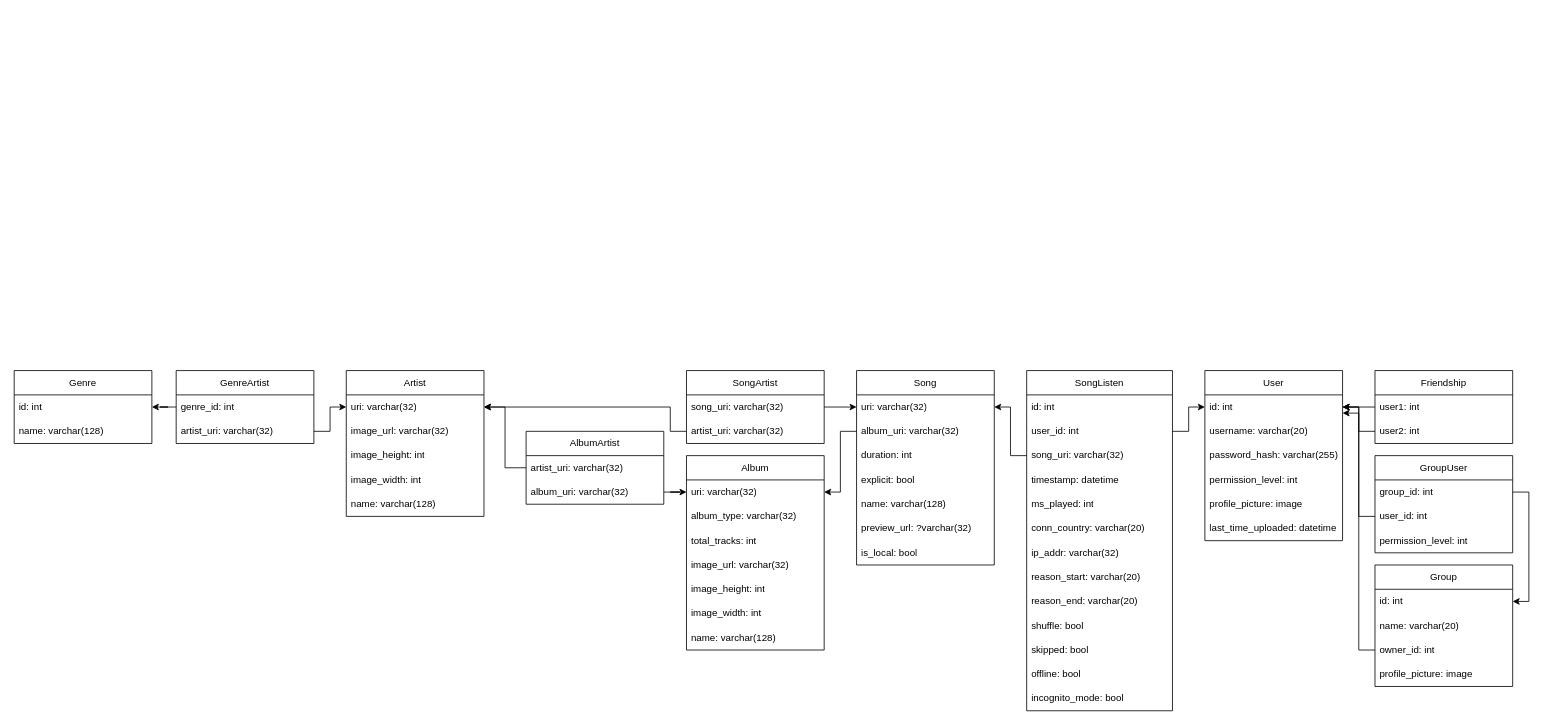
Before: drawio/database.drawio in Zancmok/AdvancedSpotifyDataAnalyzer, a draw.io diagram. Source tidied: cells renumbered, new cells numbered last; positions are measured from the earlier drawing's top-left corner, leaving out a move shared by most shapes. Both pictures are drawn from the tidied source at 81%, with x=0, y=0 at pixel (14, 370).
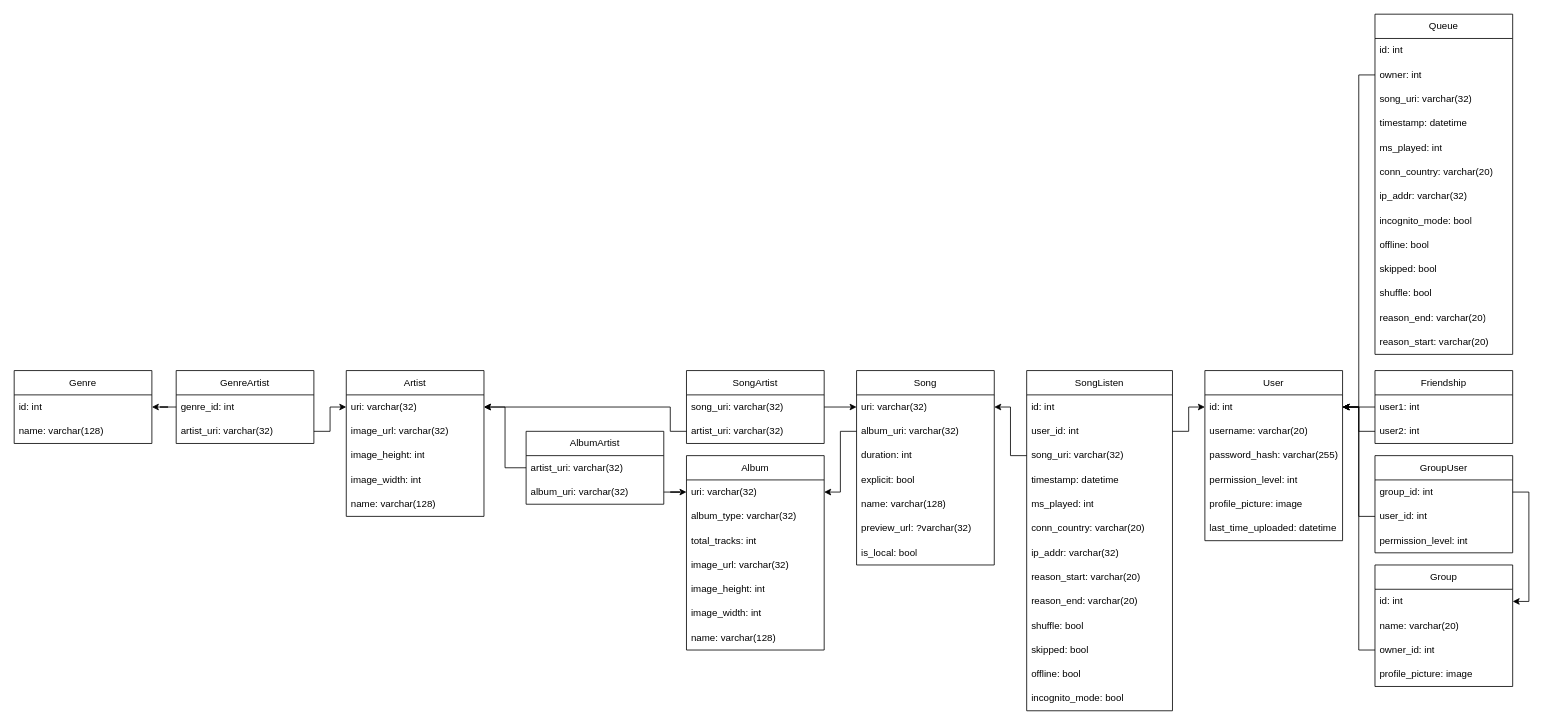
The same diagram, later.

The change refers to these unchanged cells:
```xml
<mxCell id="2" value="User" style="swimlane;fontStyle=0;horizontal=1;startSize=30;whiteSpace=wrap;html=1;" parent="1" vertex="1">
  <mxGeometry x="1470" width="170" height="210" as="geometry" />
</mxCell>
<mxCell id="3" value="id: int" style="text;strokeColor=none;fillColor=none;align=left;verticalAlign=middle;spacingLeft=4;spacingRight=4;overflow=hidden;points=[[0,0.5],[1,0.5]];portConstraint=eastwest;whiteSpace=wrap;html=1;" parent="2" vertex="1">
  <mxGeometry y="30" width="170" height="30" as="geometry" />
</mxCell>
<mxCell id="74" value="owner_id: int" style="text;strokeColor=none;fillColor=none;align=left;verticalAlign=middle;spacingLeft=4;spacingRight=4;overflow=hidden;points=[[0,0.5],[1,0.5]];portConstraint=eastwest;whiteSpace=wrap;html=1;" parent="71" vertex="1">
  <mxGeometry y="90" width="170" height="30" as="geometry" />
</mxCell>
```

Change to the diagram source:
```diff
@@
-    <mxCell id="76" style="edgeStyle=orthogonalEdgeStyle;rounded=0;jettySize=auto;html=1;entryX=1;entryY=0.25;entryDx=0;entryDy=0;" parent="1" edge="1" source="74" target="2">
-      <mxGeometry relative="1" as="geometry" />
-    </mxCell>
@@
+    <mxCell id="83" value="Queue" style="swimlane;fontStyle=0;horizontal=1;startSize=30;whiteSpace=wrap;html=1;" parent="1" vertex="1">
+      <mxGeometry x="1680" y="-440" width="170" height="420" as="geometry" />
+    </mxCell>
+    <mxCell id="84" value="id: int" style="text;strokeColor=none;fillColor=none;align=left;verticalAlign=middle;spacingLeft=4;spacingRight=4;overflow=hidden;whiteSpace=wrap;html=1;" parent="83" vertex="1">
+      <mxGeometry y="30" width="170" height="30" as="geometry" />
+    </mxCell>
+    <mxCell id="85" value="owner: int" style="text;strokeColor=none;fillColor=none;align=left;verticalAlign=middle;spacingLeft=4;spacingRight=4;overflow=hidden;points=[[0,0.5],[1,0.5]];portConstraint=eastwest;whiteSpace=wrap;html=1;" parent="83" vertex="1">
+      <mxGeometry y="60" width="170" height="30" as="geometry" />
+    </mxCell>
+    <mxCell id="86" value="song_uri: varchar(32)" style="text;strokeColor=none;fillColor=none;align=left;verticalAlign=middle;spacingLeft=4;spacingRight=4;overflow=hidden;whiteSpace=wrap;html=1;" parent="83" vertex="1">
+      <mxGeometry y="90" width="170" height="30" as="geometry" />
+    </mxCell>
+    <mxCell id="87" value="timestamp: datetime" style="text;strokeColor=none;fillColor=none;align=left;verticalAlign=middle;spacingLeft=4;spacingRight=4;overflow=hidden;whiteSpace=wrap;html=1;" parent="83" vertex="1">
+      <mxGeometry y="120" width="170" height="30" as="geometry" />
+    </mxCell>
+    <mxCell id="88" value="ms_played: int" style="text;strokeColor=none;fillColor=none;align=left;verticalAlign=middle;spacingLeft=4;spacingRight=4;overflow=hidden;whiteSpace=wrap;html=1;" parent="83" vertex="1">
+      <mxGeometry y="150" width="170" height="30" as="geometry" />
+    </mxCell>
+    <mxCell id="89" value="conn_country: varchar(20)" style="text;strokeColor=none;fillColor=none;align=left;verticalAlign=middle;spacingLeft=4;spacingRight=4;overflow=hidden;whiteSpace=wrap;html=1;" parent="83" vertex="1">
+      <mxGeometry y="180" width="170" height="30" as="geometry" />
+    </mxCell>
+    <mxCell id="90" value="ip_addr: varchar(32)" style="text;strokeColor=none;fillColor=none;align=left;verticalAlign=middle;spacingLeft=4;spacingRight=4;overflow=hidden;whiteSpace=wrap;html=1;" parent="83" vertex="1">
+      <mxGeometry y="210" width="170" height="30" as="geometry" />
+    </mxCell>
+    <mxCell id="91" value="incognito_mode: bool" style="text;strokeColor=none;fillColor=none;align=left;verticalAlign=middle;spacingLeft=4;spacingRight=4;overflow=hidden;whiteSpace=wrap;html=1;" parent="83" vertex="1">
+      <mxGeometry y="240" width="170" height="30" as="geometry" />
+    </mxCell>
+    <mxCell id="92" value="offline: bool" style="text;strokeColor=none;fillColor=none;align=left;verticalAlign=middle;spacingLeft=4;spacingRight=4;overflow=hidden;whiteSpace=wrap;html=1;" parent="83" vertex="1">
+      <mxGeometry y="270" width="170" height="30" as="geometry" />
+    </mxCell>
+    <mxCell id="93" value="skipped: bool" style="text;strokeColor=none;fillColor=none;align=left;verticalAlign=middle;spacingLeft=4;spacingRight=4;overflow=hidden;whiteSpace=wrap;html=1;" parent="83" vertex="1">
+      <mxGeometry y="300" width="170" height="30" as="geometry" />
+    </mxCell>
+    <mxCell id="94" value="shuffle: bool" style="text;strokeColor=none;fillColor=none;align=left;verticalAlign=middle;spacingLeft=4;spacingRight=4;overflow=hidden;whiteSpace=wrap;html=1;" parent="83" vertex="1">
+      <mxGeometry y="330" width="170" height="30" as="geometry" />
+    </mxCell>
+    <mxCell id="95" value="reason_end: varchar(20)" style="text;strokeColor=none;fillColor=none;align=left;verticalAlign=middle;spacingLeft=4;spacingRight=4;overflow=hidden;whiteSpace=wrap;html=1;" parent="83" vertex="1">
+      <mxGeometry y="360" width="170" height="30" as="geometry" />
+    </mxCell>
+    <mxCell id="96" value="reason_start: varchar(20)" style="text;strokeColor=none;fillColor=none;align=left;verticalAlign=middle;spacingLeft=4;spacingRight=4;overflow=hidden;whiteSpace=wrap;html=1;" parent="83" vertex="1">
+      <mxGeometry y="390" width="170" height="30" as="geometry" />
+    </mxCell>
+    <mxCell id="97" style="edgeStyle=orthogonalEdgeStyle;rounded=0;jettySize=auto;html=1;entryX=1;entryY=0.5;entryDx=0;entryDy=0;" parent="1" edge="1" source="85" target="3">
+      <mxGeometry relative="1" as="geometry" />
+    </mxCell>
+    <mxCell id="98" style="edgeStyle=orthogonalEdgeStyle;rounded=0;jettySize=auto;html=1;entryX=1;entryY=0.5;entryDx=0;entryDy=0;" parent="1" edge="1" source="74" target="3">
+      <mxGeometry relative="1" as="geometry" />
+    </mxCell>
```
